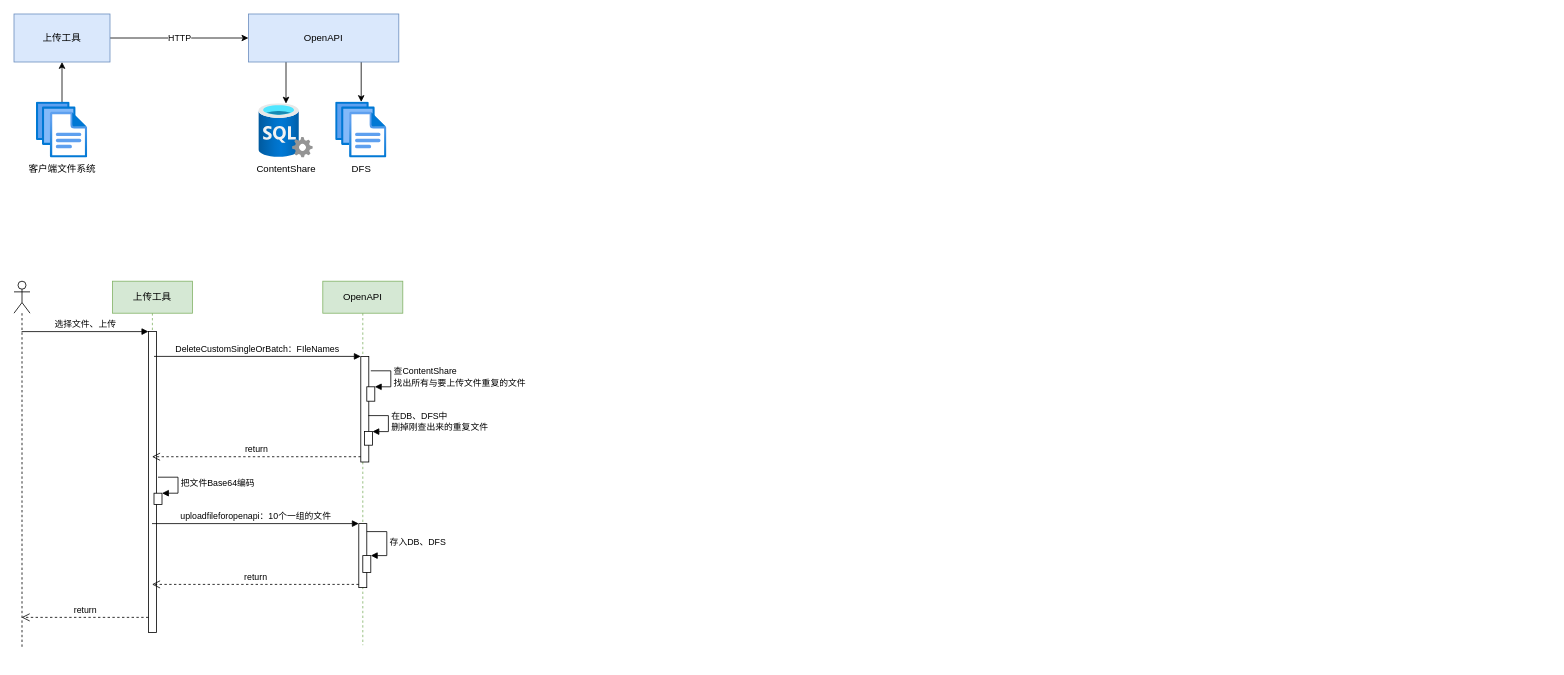
Lucas20029/A-Beisen-MicroSite-Diagrams keeps this draw.io diagram as 微官网上传工具.drawio. Above is the earlier version. Source tidied: cells renumbered, new cells numbered last; positions are measured from the earlier drawing's top-left corner, leaving out a move shared by most shapes. Both pictures are drawn from the tidied source at 80%, with x=0, y=0 at pixel (14, 14).
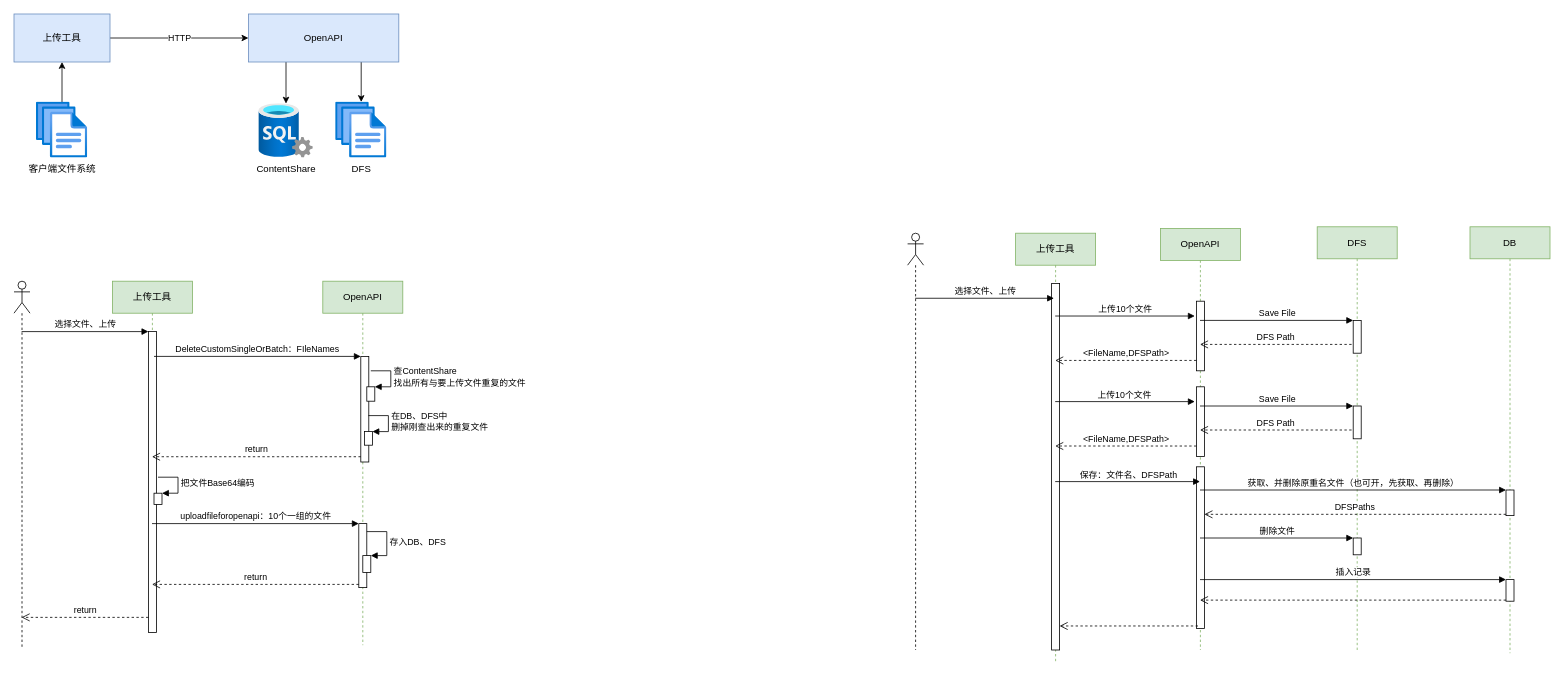
The same page after the edit.

Commit message:
Update 微官网上传工具.drawio

What changed in the source:
```diff
@@
+    <mxCell id="31" style="shape=umlLifeline;participant=umlActor;perimeter=lifelinePerimeter;whiteSpace=wrap;html=1;verticalAlign=top;spacingTop=36;outlineConnect=0;" parent="1" vertex="1">
+      <mxGeometry x="1117" y="274" width="20" height="521" as="geometry" />
+    </mxCell>
+    <mxCell id="32" value="上传工具" style="shape=umlLifeline;perimeter=lifelinePerimeter;whiteSpace=wrap;html=1;outlineConnect=0;fillColor=#d5e8d4;strokeColor=#82b366;" parent="1" vertex="1">
+      <mxGeometry x="1252" y="274" width="100" height="535" as="geometry" />
+    </mxCell>
+    <mxCell id="33" style="html=1;points=[];perimeter=orthogonalPerimeter;" parent="32" vertex="1">
+      <mxGeometry x="45" y="63" width="10" height="458" as="geometry" />
+    </mxCell>
+    <mxCell id="34" value="OpenAPI" style="shape=umlLifeline;perimeter=lifelinePerimeter;whiteSpace=wrap;html=1;outlineConnect=0;fillColor=#d5e8d4;strokeColor=#82b366;" parent="1" vertex="1">
+      <mxGeometry x="1433" y="268" width="100" height="527" as="geometry" />
+    </mxCell>
+    <mxCell id="35" style="html=1;points=[];perimeter=orthogonalPerimeter;" parent="34" vertex="1">
+      <mxGeometry x="45" y="91" width="10" height="87" as="geometry" />
+    </mxCell>
+    <mxCell id="36" value="选择文件、上传" style="html=1;verticalAlign=bottom;endArrow=block;entryX=0.3;entryY=0.04;entryDx=0;entryDy=0;entryPerimeter=0;" parent="1" edge="1" source="31" target="33">
+      <mxGeometry relative="1" as="geometry" />
+    </mxCell>
+    <mxCell id="37" value="上传10个文件" style="html=1;verticalAlign=bottom;endArrow=block;entryX=-0.2;entryY=0.213;entryDx=0;entryDy=0;entryPerimeter=0;" parent="1" edge="1" source="32" target="35">
+      <mxGeometry relative="1" as="geometry" />
+    </mxCell>
+    <mxCell id="38" value="&amp;lt;FileName,DFSPath&amp;gt;" style="html=1;verticalAlign=bottom;endArrow=open;dashed=1;endSize=8;exitX=0;exitY=0.851;exitDx=0;exitDy=0;exitPerimeter=0;" parent="1" edge="1" source="35" target="32">
+      <mxGeometry relative="1" as="geometry" />
+    </mxCell>
+    <mxCell id="39" value="DFS" style="shape=umlLifeline;perimeter=lifelinePerimeter;whiteSpace=wrap;html=1;fillColor=#d5e8d4;strokeColor=#82b366;" parent="1" vertex="1">
+      <mxGeometry x="1629" y="266" width="100" height="531" as="geometry" />
+    </mxCell>
+    <mxCell id="40" style="html=1;points=[];perimeter=orthogonalPerimeter;" parent="39" vertex="1">
+      <mxGeometry x="45" y="117" width="10" height="41" as="geometry" />
+    </mxCell>
+    <mxCell id="41" style="html=1;points=[];perimeter=orthogonalPerimeter;" parent="39" vertex="1">
+      <mxGeometry x="45" y="389" width="10" height="21" as="geometry" />
+    </mxCell>
+    <mxCell id="42" value="Save File" style="html=1;verticalAlign=bottom;endArrow=block;entryX=0;entryY=0;" parent="1" edge="1" source="34" target="40">
+      <mxGeometry relative="1" as="geometry" />
+    </mxCell>
+    <mxCell id="43" value="DFS Path" style="html=1;verticalAlign=bottom;endArrow=open;dashed=1;endSize=8;exitX=-0.2;exitY=0.732;exitDx=0;exitDy=0;exitPerimeter=0;" parent="1" edge="1" source="40" target="34">
+      <mxGeometry relative="1" as="geometry" />
+    </mxCell>
+    <mxCell id="44" style="html=1;points=[];perimeter=orthogonalPerimeter;" parent="1" vertex="1">
+      <mxGeometry x="1478" y="466" width="10" height="87" as="geometry" />
+    </mxCell>
+    <mxCell id="45" value="上传10个文件" style="html=1;verticalAlign=bottom;endArrow=block;entryX=-0.2;entryY=0.213;entryDx=0;entryDy=0;entryPerimeter=0;" parent="1" edge="1" target="44">
+      <mxGeometry relative="1" as="geometry">
+        <mxPoint x="1301.5" y="484.5" as="sourcePoint" />
+      </mxGeometry>
+    </mxCell>
+    <mxCell id="46" value="&amp;lt;FileName,DFSPath&amp;gt;" style="html=1;verticalAlign=bottom;endArrow=open;dashed=1;endSize=8;exitX=0;exitY=0.851;exitDx=0;exitDy=0;exitPerimeter=0;" parent="1" edge="1" source="44">
+      <mxGeometry relative="1" as="geometry">
+        <mxPoint x="1301.5" y="540" as="targetPoint" />
+      </mxGeometry>
+    </mxCell>
+    <mxCell id="47" style="html=1;points=[];perimeter=orthogonalPerimeter;" parent="1" vertex="1">
+      <mxGeometry x="1674" y="490" width="10" height="41" as="geometry" />
+    </mxCell>
+    <mxCell id="48" value="Save File" style="html=1;verticalAlign=bottom;endArrow=block;entryX=0;entryY=0;" parent="1" edge="1" target="47">
+      <mxGeometry relative="1" as="geometry">
+        <mxPoint x="1482.5" y="490" as="sourcePoint" />
+      </mxGeometry>
+    </mxCell>
+    <mxCell id="49" value="DFS Path" style="html=1;verticalAlign=bottom;endArrow=open;dashed=1;endSize=8;exitX=-0.2;exitY=0.732;exitDx=0;exitDy=0;exitPerimeter=0;" parent="1" edge="1" source="47">
+      <mxGeometry relative="1" as="geometry">
+        <mxPoint x="1482.5" y="520" as="targetPoint" />
+      </mxGeometry>
+    </mxCell>
+    <mxCell id="50" style="html=1;points=[];perimeter=orthogonalPerimeter;" parent="1" vertex="1">
+      <mxGeometry x="1478" y="566" width="10" height="202" as="geometry" />
+    </mxCell>
+    <mxCell id="51" value="保存：文件名、DFSPath" style="html=1;verticalAlign=bottom;endArrow=block;" parent="1" edge="1" target="34">
+      <mxGeometry relative="1" as="geometry">
+        <mxPoint x="1301.5" y="584.5" as="sourcePoint" />
+      </mxGeometry>
+    </mxCell>
+    <mxCell id="52" style="html=1;verticalAlign=bottom;endArrow=open;dashed=1;endSize=8;exitX=0.2;exitY=0.985;exitDx=0;exitDy=0;exitPerimeter=0;" parent="1" edge="1" source="50" target="33">
+      <mxGeometry relative="1" as="geometry" />
+    </mxCell>
+    <mxCell id="53" value="DB" style="shape=umlLifeline;perimeter=lifelinePerimeter;whiteSpace=wrap;html=1;fillColor=#d5e8d4;strokeColor=#82b366;" parent="1" vertex="1">
+      <mxGeometry x="1820" y="266" width="100" height="533" as="geometry" />
+    </mxCell>
+    <mxCell id="54" style="html=1;points=[];perimeter=orthogonalPerimeter;" parent="53" vertex="1">
+      <mxGeometry x="45" y="329" width="10" height="32" as="geometry" />
+    </mxCell>
+    <mxCell id="55" style="html=1;points=[];perimeter=orthogonalPerimeter;" parent="53" vertex="1">
+      <mxGeometry x="45" y="441" width="10" height="27" as="geometry" />
+    </mxCell>
+    <mxCell id="56" value="删除文件" style="html=1;verticalAlign=bottom;endArrow=block;entryX=0;entryY=0;" parent="1" edge="1" source="34" target="41">
+      <mxGeometry relative="1" as="geometry" />
+    </mxCell>
+    <mxCell id="57" value="DFSPaths" style="html=1;verticalAlign=bottom;endArrow=open;dashed=1;endSize=8;exitX=0;exitY=0.95;" parent="1" edge="1" source="54" target="50">
+      <mxGeometry relative="1" as="geometry" />
+    </mxCell>
+    <mxCell id="58" value="获取、并删除原重名文件（也可开，先获取、再删除）" style="html=1;verticalAlign=bottom;endArrow=block;entryX=0;entryY=0;" parent="1" edge="1" source="34" target="54">
+      <mxGeometry relative="1" as="geometry" />
+    </mxCell>
+    <mxCell id="59" value="插入记录" style="html=1;verticalAlign=bottom;endArrow=block;entryX=0;entryY=0;" parent="1" edge="1" source="34" target="55">
+      <mxGeometry relative="1" as="geometry" />
+    </mxCell>
+    <mxCell id="60" style="html=1;verticalAlign=bottom;endArrow=open;dashed=1;endSize=8;exitX=0;exitY=0.95;" parent="1" edge="1" source="55" target="34">
+      <mxGeometry relative="1" as="geometry" />
+    </mxCell>
```
